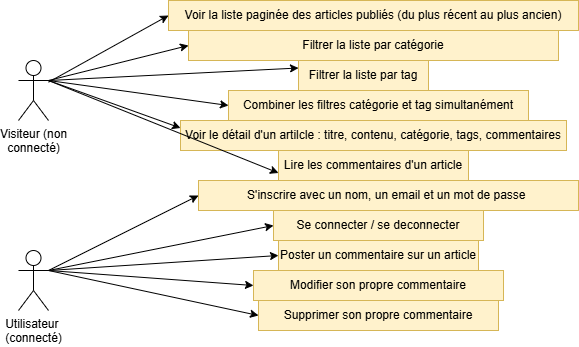
This is use case visitor.png from Guilyane/DWWM-blog, a draw.io export, as it was before one commit. Source tidied: cells renumbered, new cells last; positions are measured from the earlier drawing's top-left corner, leaving out a move shared by most shapes.
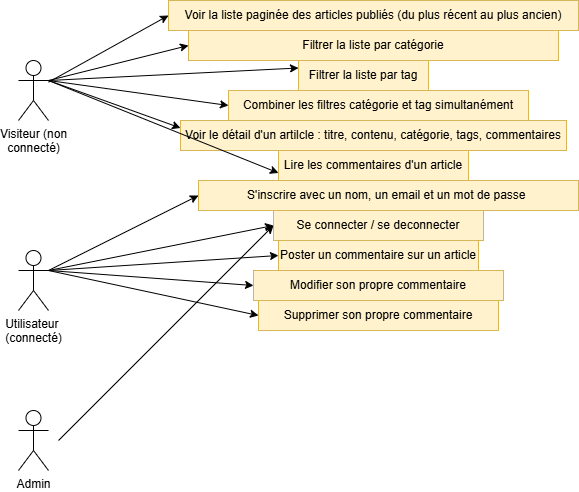
After the commit.

Commit message:
add: admin to use case.png

What changed in the source:
```diff
@@ -92,5 +92,13 @@
         <mxPoint x="30" y="270" as="sourcePoint" />
       </mxGeometry>
     </mxCell>
+    <mxCell id="26" value="Admin" style="shape=umlActor;verticalLabelPosition=bottom;verticalAlign=top;html=1;" parent="1" vertex="1">
+      <mxGeometry y="410" width="30" height="60" as="geometry" />
+    </mxCell>
+    <mxCell id="27" style="endArrow=classic;html=1;rounded=0;entryX=0;entryY=0.5;entryDx=0;entryDy=0;" parent="1" edge="1" target="16">
+      <mxGeometry relative="1" as="geometry">
+        <mxPoint x="40" y="440" as="sourcePoint" />
+      </mxGeometry>
+    </mxCell>
   </root>
 </mxGraphModel>
```
